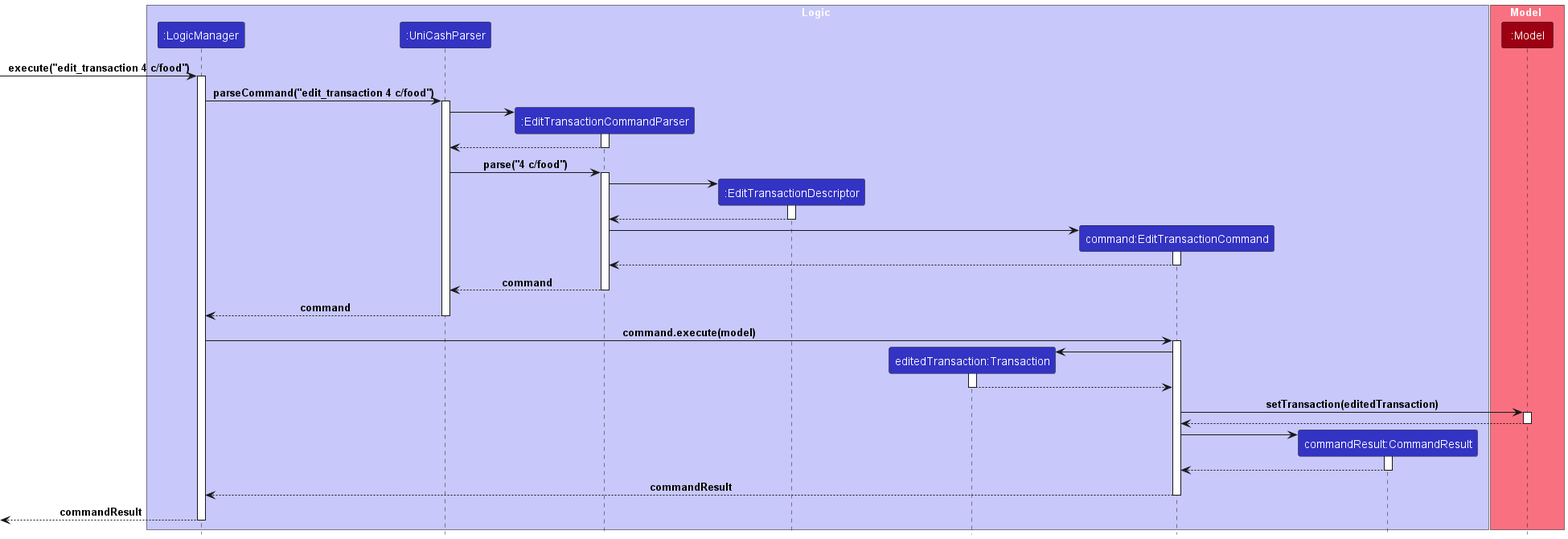
This is docs/images/unicash/EditTransactionSequenceDiagram.png from woojiahao/tp, a PlantUML export, as it was before one commit. The source it was exported from:
```plantuml
@startuml
!include ../style.puml

box Logic LOGIC_COLOR_T1
participant ":LogicManager" as LogicManager LOGIC_COLOR
participant ":UniCashParser" as UniCashParser LOGIC_COLOR
participant ":EditTransactionCommandParser" as EditTransactionCommandParser LOGIC_COLOR
participant ":EditTransactionDescriptor" as EditTransactionDescriptor LOGIC_COLOR
participant "editedTransaction:Transaction" as Transaction LOGIC_COLOR
participant "command:EditTransactionCommand" as EditTransactionCommand LOGIC_COLOR
participant "commandResult:CommandResult" as CommandResult LOGIC_COLOR

end box

box Model MODEL_COLOR_T1
participant ":Model" as Model MODEL_COLOR
end box

[-> LogicManager : execute("edit_transaction 4 c/food")
activate LogicManager

LogicManager -> UniCashParser : parseCommand("edit_transaction 4 c/food")
activate UniCashParser

create EditTransactionCommandParser
UniCashParser -> EditTransactionCommandParser
activate EditTransactionCommandParser

EditTransactionCommandParser --> UniCashParser
deactivate EditTransactionCommandParser

UniCashParser -> EditTransactionCommandParser : parse("4 c/food")
activate EditTransactionCommandParser

create EditTransactionDescriptor
EditTransactionCommandParser -> EditTransactionDescriptor
activate EditTransactionDescriptor

EditTransactionDescriptor --> EditTransactionCommandParser
deactivate EditTransactionDescriptor

create EditTransactionCommand
EditTransactionCommandParser -> EditTransactionCommand
activate EditTransactionCommand

EditTransactionCommand --> EditTransactionCommandParser
deactivate EditTransactionCommand

EditTransactionCommandParser --> UniCashParser : command
deactivate EditTransactionCommandParser

UniCashParser --> LogicManager : command
deactivate UniCashParser

LogicManager -> EditTransactionCommand : command.execute(model)
activate EditTransactionCommand

create Transaction
EditTransactionCommand -> Transaction
activate Transaction

Transaction --> EditTransactionCommand
deactivate Transaction

EditTransactionCommand -> Model : setTransaction(editedTransaction)
activate Model

Model --> EditTransactionCommand
deactivate Model

create CommandResult
EditTransactionCommand -> CommandResult
activate CommandResult

CommandResult --> EditTransactionCommand
deactivate CommandResult

EditTransactionCommand --> LogicManager : commandResult
deactivate EditTransactionCommand

[<--LogicManager : commandResult
deactivate LogicManager
@enduml
```
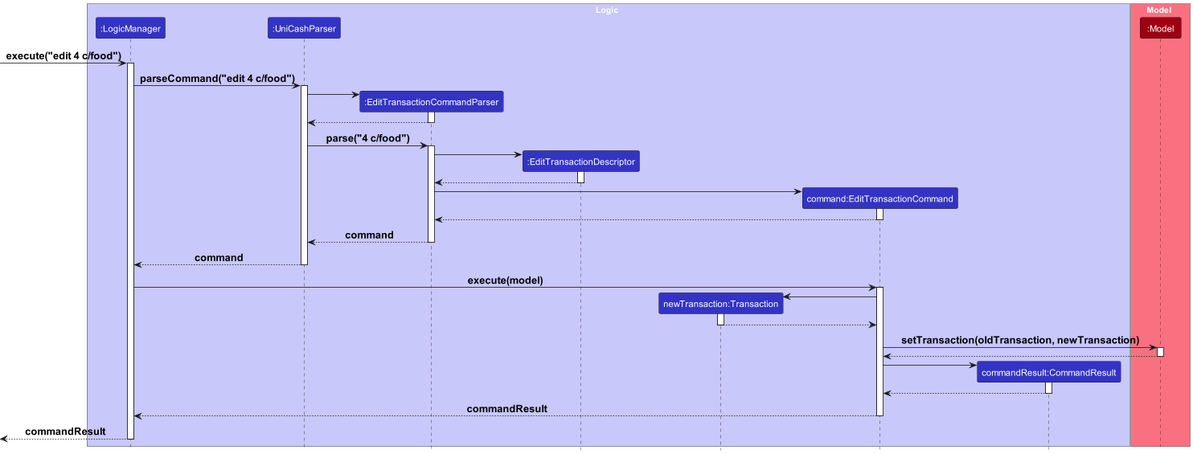
After the change.

Diff of the diagram source:
```diff
@@ -1,12 +1,16 @@
 @startuml
 !include ../style.puml
+
+skinparam arrow {
+    FontSize 16
+}
 
 box Logic LOGIC_COLOR_T1
 participant ":LogicManager" as LogicManager LOGIC_COLOR
 participant ":UniCashParser" as UniCashParser LOGIC_COLOR
 participant ":EditTransactionCommandParser" as EditTransactionCommandParser LOGIC_COLOR
 participant ":EditTransactionDescriptor" as EditTransactionDescriptor LOGIC_COLOR
-participant "editedTransaction:Transaction" as Transaction LOGIC_COLOR
+participant "newTransaction:Transaction" as Transaction LOGIC_COLOR
 participant "command:EditTransactionCommand" as EditTransactionCommand LOGIC_COLOR
 participant "commandResult:CommandResult" as CommandResult LOGIC_COLOR
 
@@ -16,10 +20,10 @@
 participant ":Model" as Model MODEL_COLOR
 end box
 
-[-> LogicManager : execute("edit_transaction 4 c/food")
+[-> LogicManager : execute("edit 4 c/food")
 activate LogicManager
 
-LogicManager -> UniCashParser : parseCommand("edit_transaction 4 c/food")
+LogicManager -> UniCashParser : parseCommand("edit 4 c/food")
 activate UniCashParser
 
 create EditTransactionCommandParser
@@ -52,7 +56,7 @@
 UniCashParser --> LogicManager : command
 deactivate UniCashParser
 
-LogicManager -> EditTransactionCommand : command.execute(model)
+LogicManager -> EditTransactionCommand : execute(model)
 activate EditTransactionCommand
 
 create Transaction
@@ -62,7 +66,7 @@
 Transaction --> EditTransactionCommand
 deactivate Transaction
 
-EditTransactionCommand -> Model : setTransaction(editedTransaction)
+EditTransactionCommand -> Model : setTransaction(oldTransaction, newTransaction)
 activate Model
 
 Model --> EditTransactionCommand
```
